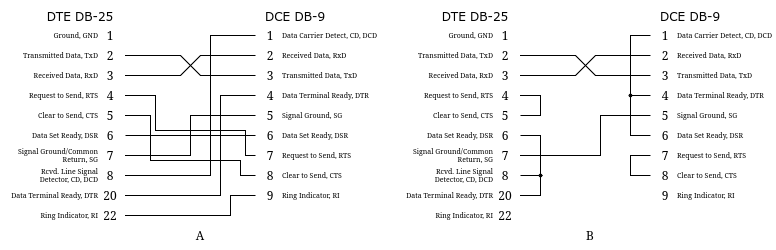
Above: diagrams/diagram_3.drawio.png in FearlessAtom/computer-networks (draw.io), before the change. Source tidied: cells renumbered, new cells last; positions are measured from the earlier drawing's top-left corner, leaving out a move shared by most shapes.
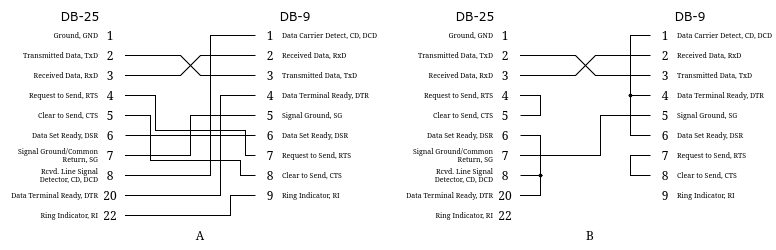
After the commit.

Change to the diagram source:
```diff
@@ -71,10 +71,10 @@
     <mxCell id="22" style="edgeStyle=orthogonalEdgeStyle;rounded=0;orthogonalLoop=1;jettySize=auto;html=1;entryX=0;entryY=0;entryDx=0;entryDy=0;" parent="1" edge="1" source="21" target="21">
       <mxGeometry relative="1" as="geometry" />
     </mxCell>
-    <mxCell id="23" value="DTE DB-25" style="text;html=1;whiteSpace=wrap;strokeColor=none;fillColor=none;align=center;verticalAlign=middle;rounded=0;fontFamily=Verdana;" parent="1" vertex="1">
+    <mxCell id="23" value="DB-25" style="text;html=1;whiteSpace=wrap;strokeColor=none;fillColor=none;align=center;verticalAlign=middle;rounded=0;fontFamily=Verdana;" parent="1" vertex="1">
       <mxGeometry x="40" width="80" height="30" as="geometry" />
     </mxCell>
-    <mxCell id="24" value="DCE DB-9" style="text;html=1;whiteSpace=wrap;strokeColor=none;fillColor=none;align=center;verticalAlign=middle;rounded=0;fontFamily=Verdana;" parent="1" vertex="1">
+    <mxCell id="24" value="DB-9" style="text;html=1;whiteSpace=wrap;strokeColor=none;fillColor=none;align=center;verticalAlign=middle;rounded=0;fontFamily=Verdana;" parent="1" vertex="1">
       <mxGeometry x="260" width="70" height="30" as="geometry" />
     </mxCell>
     <mxCell id="25" value="A" style="text;html=1;whiteSpace=wrap;strokeColor=none;fillColor=none;align=center;verticalAlign=middle;rounded=0;" parent="1" vertex="1">
@@ -264,10 +264,10 @@
     <mxCell id="73" style="edgeStyle=orthogonalEdgeStyle;rounded=0;orthogonalLoop=1;jettySize=auto;html=1;entryX=0;entryY=0;entryDx=0;entryDy=0;" parent="1" edge="1" source="72" target="72">
       <mxGeometry relative="1" as="geometry" />
     </mxCell>
-    <mxCell id="74" value="DTE DB-25" style="text;html=1;whiteSpace=wrap;strokeColor=none;fillColor=none;align=center;verticalAlign=middle;rounded=0;fontFamily=Verdana;" parent="1" vertex="1">
+    <mxCell id="74" value="DB-25" style="text;html=1;whiteSpace=wrap;strokeColor=none;fillColor=none;align=center;verticalAlign=middle;rounded=0;fontFamily=Verdana;" parent="1" vertex="1">
       <mxGeometry x="435" width="80" height="30" as="geometry" />
     </mxCell>
-    <mxCell id="75" value="DCE DB-9" style="text;html=1;whiteSpace=wrap;strokeColor=none;fillColor=none;align=center;verticalAlign=middle;rounded=0;fontFamily=Verdana;" parent="1" vertex="1">
+    <mxCell id="75" value="DB-9" style="text;html=1;whiteSpace=wrap;strokeColor=none;fillColor=none;align=center;verticalAlign=middle;rounded=0;fontFamily=Verdana;" parent="1" vertex="1">
       <mxGeometry x="655" width="70" height="30" as="geometry" />
     </mxCell>
     <mxCell id="76" value="B" style="text;html=1;whiteSpace=wrap;strokeColor=none;fillColor=none;align=center;verticalAlign=middle;rounded=0;" parent="1" vertex="1">
```
